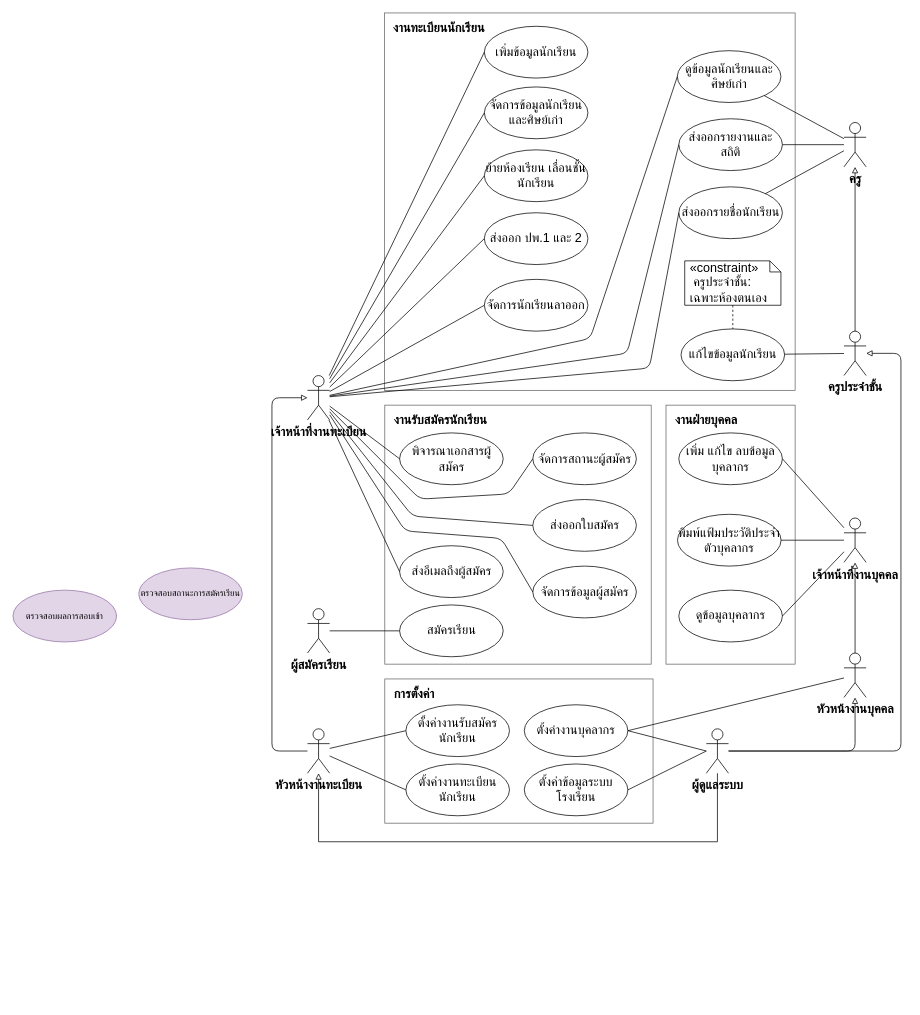
Before: page "เล่มรายงาน (A4) รวม actor" (2 of 6) of materials/doc/usecase/usecase-merge-all.drawio in RealTiraqmisu/SchoolDark, a draw.io diagram. Source tidied: cells renumbered, new cells numbered last; positions are measured from the earlier drawing's top-left corner, leaving out a move shared by most shapes. Both pictures are drawn from the tidied source at 74%, with x=0, y=0 at pixel (13, 13).
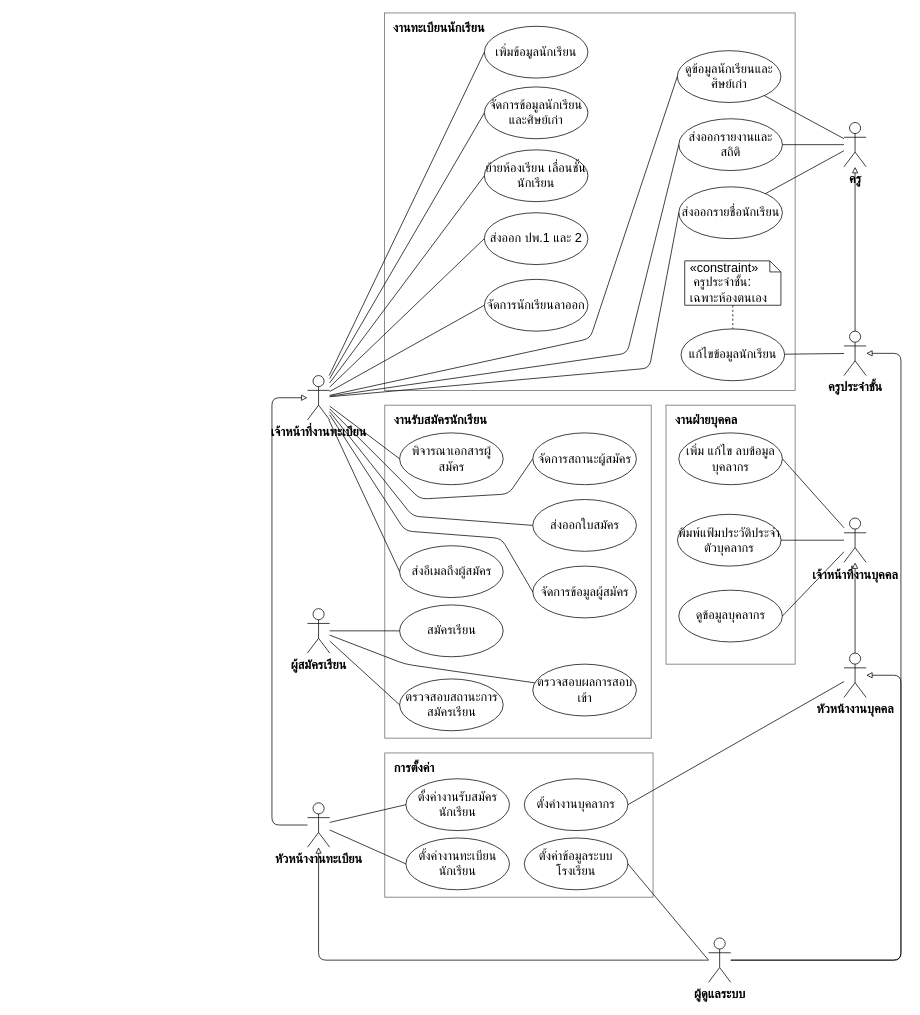
The same diagram, later.

The change refers to these unchanged cells:
```xml
<mxCell id="14" value="&lt;b&gt;เจ้าหน้าที่งานทะเบียน&lt;/b&gt;" style="shape=umlActor;html=1;verticalLabelPosition=bottom;verticalAlign=top;align=center;fontFamily=TH SarabunPSK;fontSize=17;" parent="1" vertex="1">
  <mxGeometry x="398" y="490" width="30" height="60" as="geometry" />
</mxCell>
<mxCell id="21" value="&lt;b&gt;ครูประจำชั้น&lt;/b&gt;" style="shape=umlActor;html=1;verticalLabelPosition=bottom;verticalAlign=top;align=center;fontFamily=TH SarabunPSK;fontSize=17;" parent="1" vertex="1">
  <mxGeometry x="1123" y="430" width="30" height="60" as="geometry" />
</mxCell>
<mxCell id="61" value="หัวหน้างานบุคคล" style="shape=umlActor;verticalLabelPosition=bottom;verticalAlign=top;html=1;outlineConnect=0;whiteSpace=nowrap;fontSize=17;fontStyle=1;fontFamily=TH SarabunPSK;" parent="1" vertex="1">
  <mxGeometry x="1123" y="865" width="30" height="60" as="geometry" />
</mxCell>
<mxCell id="63" value="ผู้สมัครเรียน" style="shape=umlActor;verticalLabelPosition=bottom;verticalAlign=top;html=1;outlineConnect=0;whiteSpace=nowrap;fontSize=17;fontStyle=1;fontFamily=TH SarabunPSK;" parent="1" vertex="1">
  <mxGeometry x="398" y="805" width="30" height="60" as="geometry" />
</mxCell>
```

Diff of the diagram source:
```diff
@@
     <mxCell id="2" value="งานรับสมัครนักเรียน" style="rounded=0;whiteSpace=wrap;html=1;fillColor=none;strokeColor=#666666;verticalAlign=top;align=left;spacingLeft=10;spacingTop=4;fontStyle=1;arcSize=6;fontFamily=TH SarabunPSK;fontSize=17;" parent="1" vertex="1">
-      <mxGeometry x="502.5" y="530" width="360" height="350" as="geometry" />
+      <mxGeometry x="502.5" y="530" width="360" height="450" as="geometry" />
     </mxCell>
@@
     <mxCell id="39" value="การตั้งค่า" style="rounded=0;whiteSpace=wrap;html=1;fillColor=none;strokeColor=#666666;verticalAlign=top;align=left;spacingLeft=10;spacingTop=4;fontStyle=1;arcSize=6;fontFamily=TH SarabunPSK;fontSize=17;" parent="1" vertex="1">
-      <mxGeometry x="502.5" y="900" width="362.5" height="194.9" as="geometry" />
+      <mxGeometry x="502.5" y="1000" width="362.5" height="194.9" as="geometry" />
     </mxCell>
     <mxCell id="40" value="ตั้งค่าข้อมูลระบบโรงเรียน" style="ellipse;whiteSpace=wrap;html=1;fontFamily=TH SarabunPSK;fontSize=17;" parent="1" vertex="1">
-      <mxGeometry x="691" y="1014.9" width="140" height="70" as="geometry" />
+      <mxGeometry x="691" y="1114.9" width="140" height="70" as="geometry" />
     </mxCell>
     <mxCell id="41" value="ตั้งค่างานบุคลากร" style="ellipse;whiteSpace=wrap;html=1;fontFamily=TH SarabunPSK;fontSize=17;" parent="1" vertex="1">
-      <mxGeometry x="691" y="934.9" width="140" height="70" as="geometry" />
+      <mxGeometry x="691" y="1034.9" width="140" height="70" as="geometry" />
     </mxCell>
     <mxCell id="42" value="ตั้งค่างานทะเบียนนักเรียน" style="ellipse;whiteSpace=wrap;html=1;fontFamily=TH SarabunPSK;fontSize=17;" parent="1" vertex="1">
-      <mxGeometry x="531" y="1014.9" width="140" height="70" as="geometry" />
+      <mxGeometry x="531" y="1114.9" width="140" height="70" as="geometry" />
     </mxCell>
     <mxCell id="43" value="ตั้งค่างานรับสมัครนักเรียน" style="ellipse;whiteSpace=wrap;html=1;fontFamily=TH SarabunPSK;fontSize=17;" parent="1" vertex="1">
-      <mxGeometry x="531" y="934.9" width="140" height="70" as="geometry" />
+      <mxGeometry x="531" y="1034.9" width="140" height="70" as="geometry" />
     </mxCell>
     <mxCell id="44" value="&lt;b&gt;ผู้ดูแลระบบ&lt;/b&gt;" style="shape=umlActor;html=1;verticalLabelPosition=bottom;verticalAlign=top;align=center;fontFamily=TH SarabunPSK;fontSize=17;" parent="1" vertex="1">
-      <mxGeometry x="937" y="967.4" width="30" height="60" as="geometry" />
+      <mxGeometry x="940" y="1250" width="30" height="60" as="geometry" />
     </mxCell>
@@
-    <mxCell id="46" style="html=1;fontFamily=TH SarabunPSK;fontSize=17;rounded=0;endArrow=none;endFill=0;exitPerimeter=0;entryPerimeter=0;exitX=1;exitY=0.5;exitDx=0;exitDy=0;entryX=0;entryY=0.5;entryDx=0;entryDy=0;" parent="1" edge="1" source="41" target="44">
-      <mxGeometry relative="1" as="geometry" />
-    </mxCell>
@@
     <mxCell id="60" value="หัวหน้างานทะเบียน" style="shape=umlActor;verticalLabelPosition=bottom;verticalAlign=top;html=1;outlineConnect=0;whiteSpace=nowrap;fontSize=17;fontStyle=1;fontFamily=TH SarabunPSK;" parent="1" vertex="1">
-      <mxGeometry x="398" y="967.4" width="30" height="60" as="geometry" />
+      <mxGeometry x="398" y="1067.4" width="30" height="60" as="geometry" />
     </mxCell>
@@
     <mxCell id="65" style="html=1;fontFamily=TH SarabunPSK;fontSize=17;rounded=1;endArrow=block;endFill=0;entryPerimeter=0;edgeStyle=orthogonalEdgeStyle;" parent="1" edge="1" source="60" target="14">
-      <mxGeometry x="0.02" relative="1" as="geometry">
+      <mxGeometry x="0.04" relative="1" as="geometry">
         <Array as="points">
-          <mxPoint x="350" y="997.4" />
+          <mxPoint x="350" y="1097.4" />
           <mxPoint x="350" y="520" />
         </Array>
       </mxGeometry>
     </mxCell>
-    <mxCell id="66" style="html=1;fontFamily=TH SarabunPSK;fontSize=17;rounded=0;endArrow=block;endFill=0;exitPerimeter=0;entryPerimeter=0;exitX=0.5;exitY=1;exitDx=0;exitDy=0;entryX=0.5;entryY=1;entryDx=0;entryDy=0;" parent="1" edge="1" source="44" target="60">
-      <mxGeometry relative="1" as="geometry">
-        <Array as="points">
-          <mxPoint x="952" y="1120" />
-          <mxPoint x="413" y="1120" />
-        </Array>
-      </mxGeometry>
+    <mxCell id="66" style="html=1;fontFamily=TH SarabunPSK;fontSize=17;rounded=1;endArrow=block;endFill=0;entryPerimeter=0;entryX=0.5;entryY=1;entryDx=0;entryDy=0;edgeStyle=orthogonalEdgeStyle;" parent="1" edge="1" source="44" target="60">
+      <mxGeometry x="-0.09" relative="1" as="geometry" />
     </mxCell>
-    <mxCell id="67" style="html=1;fontFamily=TH SarabunPSK;fontSize=17;rounded=1;endArrow=block;endFill=0;exitPerimeter=0;exitX=1;exitY=0.5;exitDx=0;exitDy=0;curved=0;" parent="1" edge="1" source="44" target="61">
+    <mxCell id="67" style="html=1;fontFamily=TH SarabunPSK;fontSize=17;rounded=1;endArrow=block;endFill=0;edgeStyle=orthogonalEdgeStyle;" parent="1" edge="1" source="44" target="61">
       <mxGeometry relative="1" as="geometry">
         <Array as="points">
-          <mxPoint x="1138" y="997.4" />
+          <mxPoint x="1200" y="1280" />
+          <mxPoint x="1200" y="895" />
         </Array>
       </mxGeometry>
     </mxCell>
@@
-    <mxCell id="69" style="html=1;fontFamily=TH SarabunPSK;fontSize=17;rounded=1;endArrow=block;endFill=0;exitPerimeter=0;entryPerimeter=0;exitX=1;exitY=0.5;exitDx=0;exitDy=0;entryX=1;entryY=0.5;entryDx=0;entryDy=0;edgeStyle=orthogonalEdgeStyle;" parent="1" edge="1" source="44" target="21">
+    <mxCell id="69" style="html=1;fontFamily=TH SarabunPSK;fontSize=17;rounded=1;endArrow=block;endFill=0;entryPerimeter=0;entryX=1;entryY=0.5;entryDx=0;entryDy=0;edgeStyle=orthogonalEdgeStyle;" parent="1" edge="1" source="44" target="21">
       <mxGeometry relative="1" as="geometry">
         <Array as="points">
-          <mxPoint x="1200" y="997.4" />
+          <mxPoint x="1200" y="1280" />
           <mxPoint x="1200" y="460" />
         </Array>
       </mxGeometry>
     </mxCell>
-    <mxCell id="70" value="ตรวจสอบสถานะการสมัครเรียน" style="ellipse;whiteSpace=wrap;html=1;fillColor=#e1d5e7;strokeColor=#9673a6;" parent="1" vertex="1">
-      <mxGeometry x="170" y="750" width="140" height="70" as="geometry" />
+    <mxCell id="70" value="ตรวจสอบสถานะการสมัครเรียน" style="ellipse;whiteSpace=wrap;html=1;fontSize=17;fontFamily=TH SarabunPSK;" parent="1" vertex="1">
+      <mxGeometry x="522.5" y="900" width="140" height="70" as="geometry" />
     </mxCell>
-    <mxCell id="71" value="ตรวจสอบผลการสอบเข้า" style="ellipse;whiteSpace=wrap;html=1;fillColor=#e1d5e7;strokeColor=#9673a6;" parent="1" vertex="1">
-      <mxGeometry y="780" width="140" height="70" as="geometry" />
+    <mxCell id="71" value="ตรวจสอบผลการสอบเข้า" style="ellipse;whiteSpace=wrap;html=1;fontSize=17;fontFamily=TH SarabunPSK;" parent="1" vertex="1">
+      <mxGeometry x="702.5" y="880" width="140" height="70" as="geometry" />
     </mxCell>
+    <mxCell id="72" style="html=1;fontFamily=TH SarabunPSK;fontSize=17;rounded=0;endArrow=none;endFill=0;entryX=0;entryY=0.5;entryDx=0;entryDy=0;" parent="1" edge="1" source="63" target="70">
+      <mxGeometry relative="1" as="geometry" />
+    </mxCell>
+    <mxCell id="73" style="html=1;fontFamily=TH SarabunPSK;fontSize=17;rounded=1;endArrow=none;endFill=0;curved=0;" parent="1" edge="1" source="63" target="71">
+      <mxGeometry x="-0.01" relative="1" as="geometry">
+        <Array as="points">
+          <mxPoint x="530" y="880" />
+        </Array>
+      </mxGeometry>
+    </mxCell>
```
